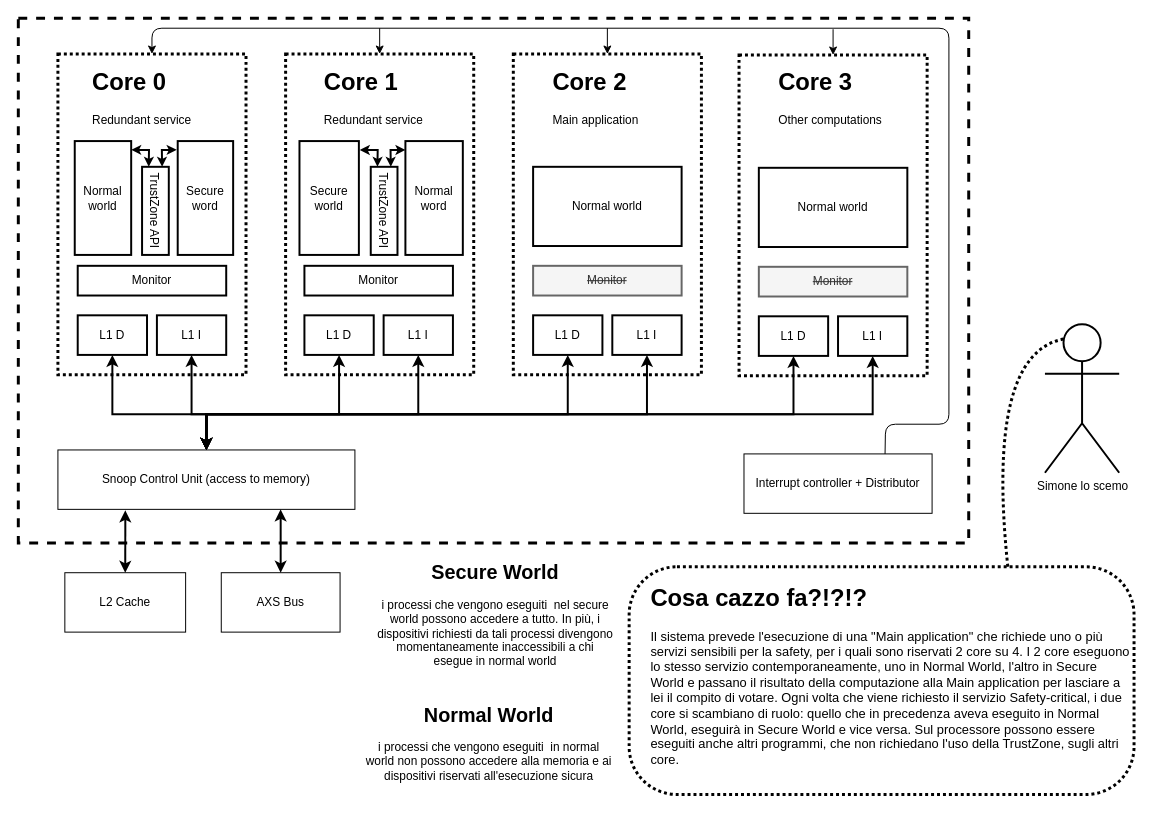
Before: page "Page-4" (3 of 4) of Untitled Diagram.drawio in gabrielegiannini/quality-and-certification-project, a draw.io diagram. Source tidied: cells renumbered, new cells numbered last; positions are measured from the earlier drawing's top-left corner, leaving out a move shared by most shapes. Both pictures are drawn from the tidied source at 99%, with x=0, y=0 at pixel (18, 18).
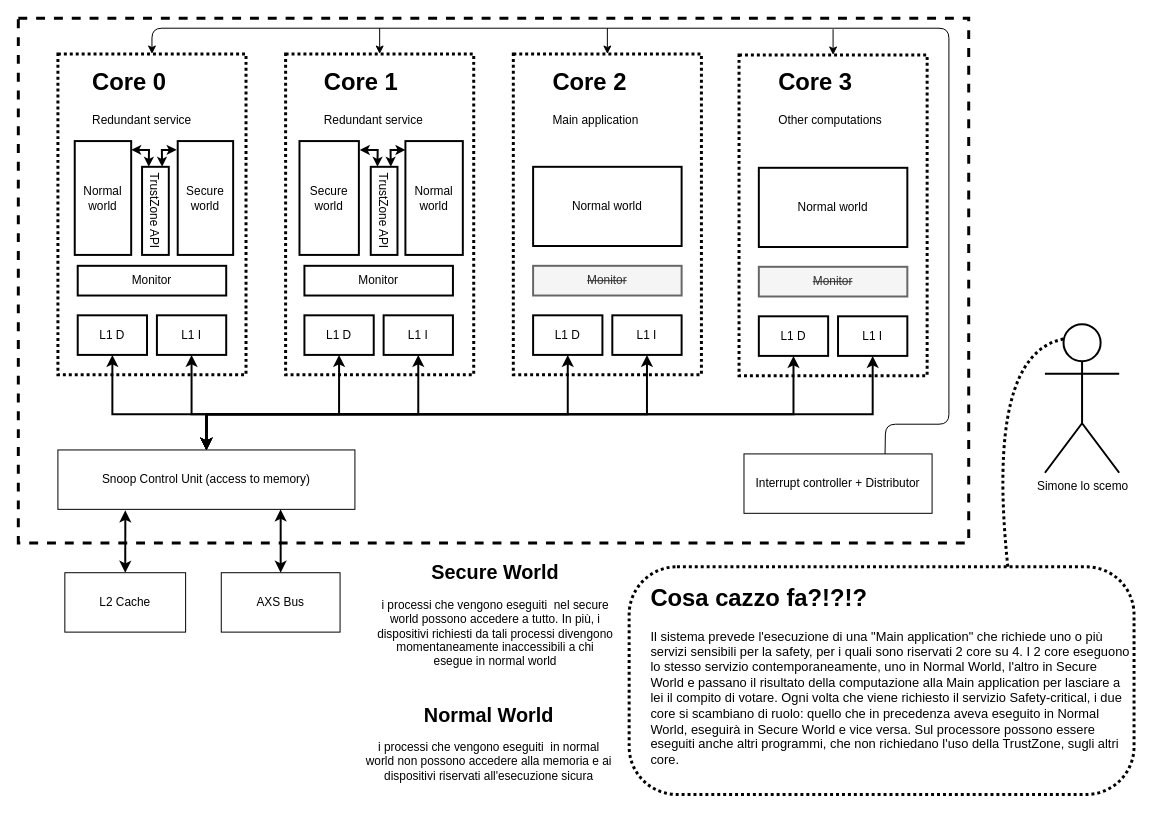
After the change.

What changed in the source:
```diff
@@
-    <mxCell id="11" value="Secure word" style="rounded=0;whiteSpace=wrap;html=1;strokeWidth=2;fillColor=none;strokeColor=#000000;" parent="1" vertex="1">
+    <mxCell id="11" value="Secure world" style="rounded=0;whiteSpace=wrap;html=1;strokeWidth=2;fillColor=none;strokeColor=#000000;" parent="1" vertex="1">
       <mxGeometry x="161" y="124" width="56" height="115" as="geometry" />
     </mxCell>
@@
-    <mxCell id="13" value="Normal word" style="rounded=0;whiteSpace=wrap;html=1;strokeWidth=2;fillColor=none;strokeColor=#000000;" parent="1" vertex="1">
+    <mxCell id="13" value="Normal world" style="rounded=0;whiteSpace=wrap;html=1;strokeWidth=2;fillColor=none;strokeColor=#000000;" parent="1" vertex="1">
       <mxGeometry x="391" y="124" width="58" height="115" as="geometry" />
     </mxCell>
```
